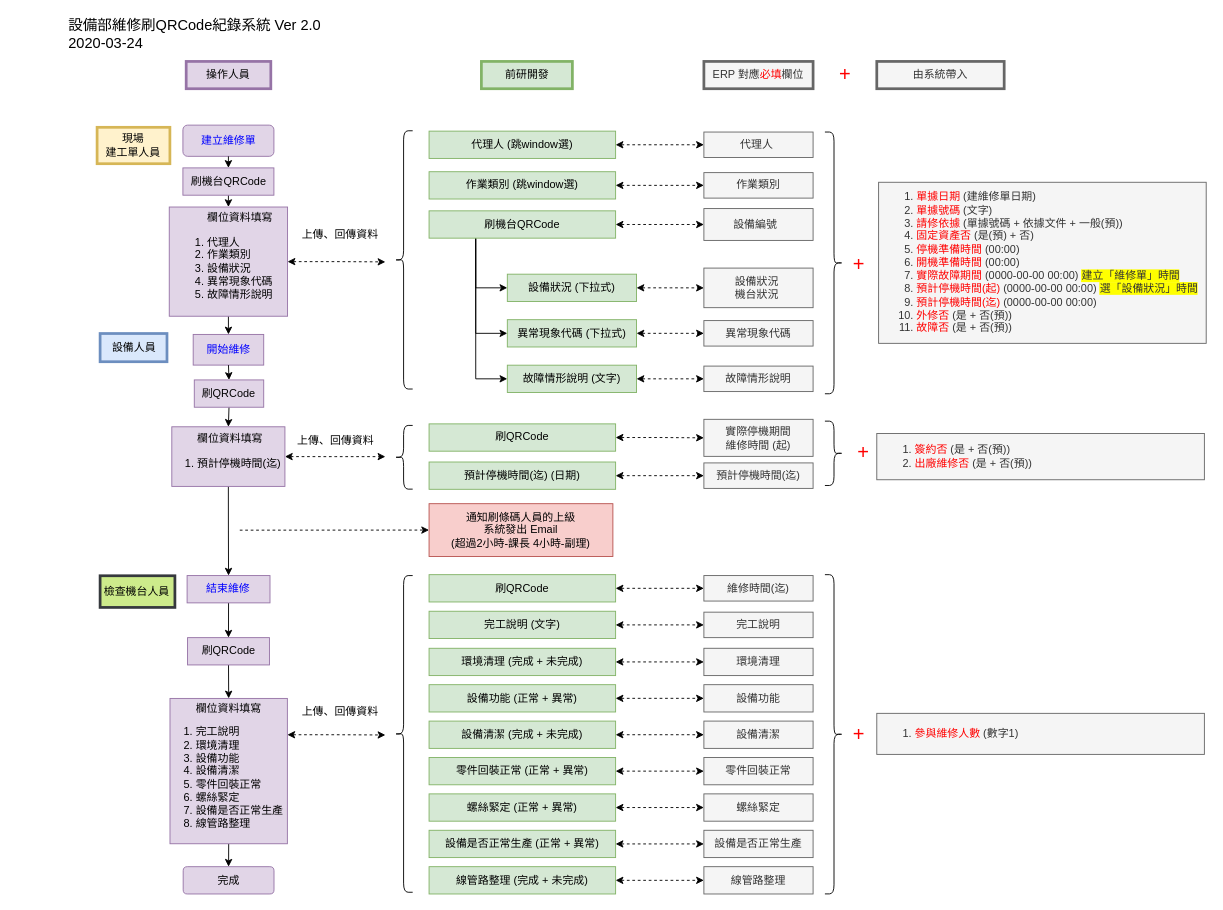
Earlier version of the draw.io diagram 0325.drawio (tinalolo/drowio). Source tidied: cells renumbered, new cells numbered last; positions are measured from the earlier drawing's top-left corner, leaving out a move shared by most shapes. Both pictures are drawn from the tidied source at 91%, with x=0, y=0 at pixel (66, 15).
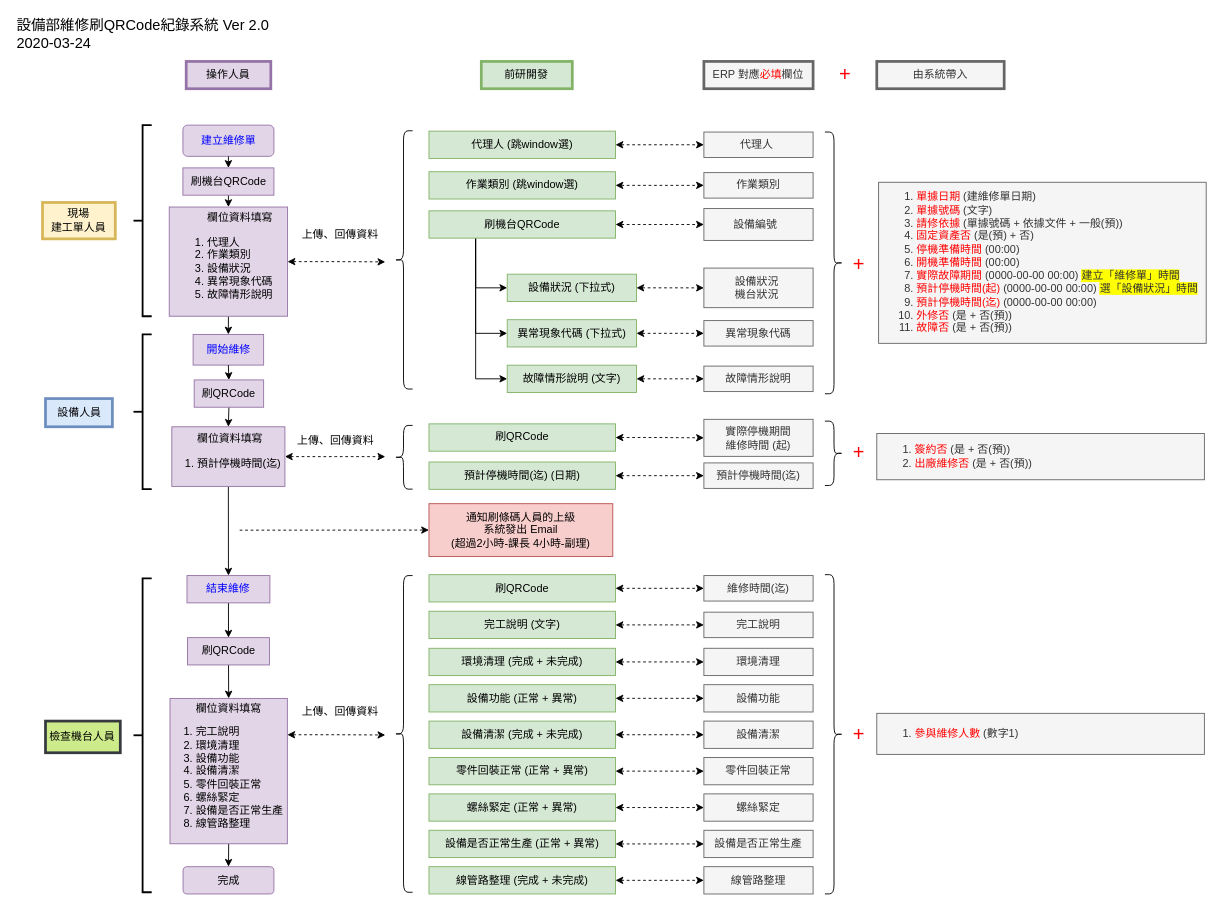
Above is the later version.

Unchanged cells that the change refers to:
```xml
<mxCell id="37" value="&lt;blockquote style=&quot;margin: 0 0 0 40px ; border: none ; padding: 0px&quot;&gt;&lt;div style=&quot;text-align: left&quot;&gt;&lt;span style=&quot;white-space: nowrap&quot;&gt;欄位資料填寫&lt;/span&gt;&lt;/div&gt;&lt;/blockquote&gt;&lt;div style=&quot;text-align: left&quot;&gt;&lt;ol&gt;&lt;li&gt;&lt;span style=&quot;white-space: nowrap&quot;&gt;預計停機時間(迄)&lt;/span&gt;&lt;/li&gt;&lt;/ol&gt;&lt;/div&gt;" style="rounded=0;whiteSpace=wrap;html=1;align=center;labelBorderColor=none;fillColor=#e1d5e7;strokeColor=#9673a6;spacingLeft=-15;" parent="1" vertex="1">
  <mxGeometry x="115.3" y="451.5" width="124.3" height="65.5" as="geometry" />
</mxCell>
<mxCell id="40" value="&lt;blockquote style=&quot;margin: 0 0 0 40px ; border: none ; padding: 0px&quot;&gt;&lt;div style=&quot;text-align: left&quot;&gt;&lt;span style=&quot;white-space: nowrap&quot;&gt;欄位資料填寫&lt;/span&gt;&lt;/div&gt;&lt;/blockquote&gt;&lt;div style=&quot;text-align: left&quot;&gt;&lt;ol&gt;&lt;li&gt;&lt;span style=&quot;white-space: nowrap&quot;&gt;代理人&lt;/span&gt;&lt;/li&gt;&lt;li&gt;&lt;span style=&quot;white-space: nowrap&quot;&gt;作業類別&lt;/span&gt;&lt;/li&gt;&lt;li&gt;&lt;span style=&quot;white-space: nowrap&quot;&gt;設備狀況&lt;/span&gt;&lt;/li&gt;&lt;li&gt;&lt;span style=&quot;white-space: nowrap&quot;&gt;異常現象代碼&lt;/span&gt;&lt;/li&gt;&lt;li&gt;&lt;span style=&quot;white-space: nowrap&quot;&gt;故障情形說明&lt;/span&gt;&lt;/li&gt;&lt;/ol&gt;&lt;/div&gt;" style="rounded=0;whiteSpace=wrap;html=1;align=center;labelBorderColor=none;fillColor=#e1d5e7;strokeColor=#9673a6;spacingLeft=-15;" parent="1" vertex="1">
  <mxGeometry x="112.5" y="210" width="130" height="120" as="geometry" />
</mxCell>
<mxCell id="46" value="&lt;blockquote style=&quot;margin: 0 0 0 40px ; border: none ; padding: 0px&quot;&gt;&lt;div style=&quot;text-align: left&quot;&gt;&lt;span style=&quot;white-space: nowrap&quot;&gt;欄位資料填寫&lt;/span&gt;&lt;/div&gt;&lt;/blockquote&gt;&lt;div style=&quot;text-align: left&quot;&gt;&lt;ol&gt;&lt;li&gt;&lt;span style=&quot;text-align: center&quot;&gt;完工說明&lt;/span&gt;&lt;/li&gt;&lt;li&gt;&lt;span style=&quot;text-align: center&quot;&gt;環境清理&lt;br&gt;&lt;/span&gt;&lt;/li&gt;&lt;li&gt;&lt;span style=&quot;text-align: center&quot;&gt;設備功能&lt;br&gt;&lt;/span&gt;&lt;/li&gt;&lt;li&gt;&lt;span style=&quot;text-align: center&quot;&gt;設備清潔&lt;br&gt;&lt;/span&gt;&lt;/li&gt;&lt;li&gt;&lt;span style=&quot;text-align: center&quot;&gt;零件回裝正常&lt;br&gt;&lt;/span&gt;&lt;/li&gt;&lt;li&gt;&lt;span style=&quot;text-align: center&quot;&gt;螺絲緊定&lt;br&gt;&lt;/span&gt;&lt;/li&gt;&lt;li&gt;&lt;span style=&quot;text-align: center&quot;&gt;設備是否正常生產&lt;br&gt;&lt;/span&gt;&lt;/li&gt;&lt;li&gt;&lt;span style=&quot;text-align: center&quot;&gt;線管路整理&lt;br&gt;&lt;/span&gt;&lt;/li&gt;&lt;/ol&gt;&lt;/div&gt;" style="rounded=0;whiteSpace=wrap;html=1;align=center;labelBorderColor=none;fillColor=#e1d5e7;strokeColor=#9673a6;spacingLeft=-15;" parent="1" vertex="1">
  <mxGeometry x="113.3" y="750" width="129" height="159.7" as="geometry" />
</mxCell>
```

What changed in the source:
```diff
@@
     <mxCell id="2" value="前研開發" style="text;html=1;strokeColor=#82b366;fillColor=#d5e8d4;align=center;verticalAlign=middle;whiteSpace=wrap;rounded=0;strokeWidth=3;" parent="1" vertex="1">
-      <mxGeometry x="455.5" y="50" width="100" height="30" as="geometry" />
+      <mxGeometry x="455.4" y="50" width="100" height="30" as="geometry" />
     </mxCell>
     <mxCell id="3" value="&lt;span lang=&quot;EN-US&quot; style=&quot;font-size: 16px&quot;&gt;設備部維修刷QRC&lt;span class=&quot;926482506-07022020&quot; style=&quot;font-size: 16px&quot;&gt;ode紀錄系統&amp;nbsp;&lt;/span&gt;&lt;/span&gt;Ver 2.0&lt;br style=&quot;font-size: 16px&quot;&gt;2020-03-24" style="text;html=1;align=left;verticalAlign=middle;fontSize=16;" parent="1" vertex="1">
-      <mxGeometry width="290" height="40" as="geometry" />
+      <mxGeometry x="-56.8" width="290" height="40" as="geometry" />
     </mxCell>
     <mxCell id="4" value="&lt;span style=&quot;text-align: left ; white-space: nowrap&quot;&gt;通知刷條碼人員的上級&lt;/span&gt;&lt;span style=&quot;text-align: left ; white-space: nowrap&quot;&gt;&lt;br&gt;系統發出 Email&lt;br&gt;&lt;/span&gt;&lt;span style=&quot;text-align: left ; white-space: nowrap&quot;&gt;(超過2小時-課長 4小時-副理)&lt;/span&gt;&lt;span style=&quot;text-align: left ; white-space: nowrap&quot;&gt;&lt;br&gt;&lt;/span&gt;" style="rounded=0;whiteSpace=wrap;html=1;fillColor=#f8cecc;strokeColor=#b85450;" parent="1" vertex="1">
-      <mxGeometry x="398" y="536" width="202" height="58" as="geometry" />
+      <mxGeometry x="397.9" y="536" width="202" height="58" as="geometry" />
     </mxCell>
@@
     <mxCell id="6" value="上傳、回傳資料" style="text;html=1;align=center;verticalAlign=middle;fontColor=#000000;" parent="1" vertex="1">
-      <mxGeometry x="250" y="231" width="100" height="20" as="geometry" />
+      <mxGeometry x="249.9" y="231" width="100" height="20" as="geometry" />
     </mxCell>
     <mxCell id="7" value="現場&lt;br&gt;建工單人員" style="text;html=1;strokeColor=#d6b656;fillColor=#fff2cc;align=center;verticalAlign=middle;whiteSpace=wrap;rounded=0;strokeWidth=3;" parent="1" vertex="1">
-      <mxGeometry x="33.2" y="122.4" width="80" height="40" as="geometry" />
+      <mxGeometry x="-26.8" y="205" width="80" height="40" as="geometry" />
     </mxCell>
     <mxCell id="8" value="設備人員" style="text;html=1;strokeColor=#6c8ebf;fillColor=#dae8fc;align=center;verticalAlign=middle;whiteSpace=wrap;rounded=0;strokeWidth=3;" parent="1" vertex="1">
-      <mxGeometry x="36.5" y="349" width="73.5" height="31" as="geometry" />
+      <mxGeometry x="-23.5" y="420.5" width="73.5" height="31" as="geometry" />
     </mxCell>
@@
     <mxCell id="12" value="&lt;font color=&quot;#0000ff&quot;&gt;開始維修&lt;/font&gt;" style="rounded=0;whiteSpace=wrap;html=1;strokeColor=#9673a6;strokeWidth=1;align=center;fillColor=#e1d5e7;" parent="1" vertex="1">
-      <mxGeometry x="138.8" y="350" width="77.5" height="33.7" as="geometry" />
+      <mxGeometry x="138.7" y="350" width="77.5" height="33.7" as="geometry" />
     </mxCell>
     <mxCell id="13" value="上傳、回傳資料" style="text;html=1;align=center;verticalAlign=middle;fontColor=#000000;" parent="1" vertex="1">
-      <mxGeometry x="250" y="754.9" width="100" height="20" as="geometry" />
+      <mxGeometry x="249.9" y="754.9" width="100" height="20" as="geometry" />
     </mxCell>
@@
     <mxCell id="16" value="&lt;font color=&quot;#0000ff&quot;&gt;結束維修&lt;/font&gt;" style="rounded=0;whiteSpace=wrap;html=1;strokeColor=#9673a6;strokeWidth=1;align=center;fillColor=#e1d5e7;" parent="1" vertex="1">
-      <mxGeometry x="132.1" y="615" width="91.1" height="30" as="geometry" />
+      <mxGeometry x="132" y="615" width="91.1" height="30" as="geometry" />
     </mxCell>
     <mxCell id="17" value="檢查機台人員" style="text;html=1;strokeColor=#36393d;fillColor=#cdeb8b;align=center;verticalAlign=middle;whiteSpace=wrap;rounded=0;strokeWidth=3;" parent="1" vertex="1">
-      <mxGeometry x="36.5" y="615.2" width="82.2" height="34.8" as="geometry" />
+      <mxGeometry x="-23.5" y="774.9" width="82.2" height="34.8" as="geometry" />
     </mxCell>
     <mxCell id="18" value="完成" style="rounded=1;whiteSpace=wrap;html=1;align=center;labelBorderColor=none;fillColor=#e1d5e7;strokeColor=#9673a6;" parent="1" vertex="1">
-      <mxGeometry x="127.8" y="934.9" width="99.8" height="30" as="geometry" />
+      <mxGeometry x="127.7" y="934.9" width="99.8" height="30" as="geometry" />
     </mxCell>
@@
     <mxCell id="20" value="&lt;div&gt;&lt;span&gt;代理人 (跳window選)&lt;/span&gt;&lt;/div&gt;" style="text;html=1;strokeColor=#82b366;fillColor=#d5e8d4;align=center;verticalAlign=middle;whiteSpace=wrap;rounded=0;strokeWidth=1;labelPosition=center;verticalLabelPosition=middle;spacingLeft=0;" parent="1" vertex="1">
-      <mxGeometry x="398" y="126.6" width="205" height="30" as="geometry" />
+      <mxGeometry x="397.9" y="126.6" width="205" height="30" as="geometry" />
     </mxCell>
@@
     <mxCell id="22" value="&lt;span style=&quot;text-align: left&quot;&gt;作業類別 (跳window選)&lt;/span&gt;" style="text;html=1;strokeColor=#82b366;fillColor=#d5e8d4;align=center;verticalAlign=middle;whiteSpace=wrap;rounded=0;strokeWidth=1;labelPosition=center;verticalLabelPosition=middle;spacingLeft=0;" parent="1" vertex="1">
-      <mxGeometry x="398" y="171.2" width="205" height="30" as="geometry" />
+      <mxGeometry x="397.9" y="171.2" width="205" height="30" as="geometry" />
     </mxCell>
@@
     <mxCell id="27" value="&lt;span style=&quot;text-align: left ; white-space: nowrap&quot;&gt;刷機台QRCode&lt;/span&gt;" style="text;html=1;strokeColor=#82b366;fillColor=#d5e8d4;align=center;verticalAlign=middle;whiteSpace=wrap;rounded=0;strokeWidth=1;labelPosition=center;verticalLabelPosition=middle;spacingLeft=0;" parent="1" vertex="1">
-      <mxGeometry x="398" y="214.2" width="205" height="30" as="geometry" />
+      <mxGeometry x="397.9" y="214.2" width="205" height="30" as="geometry" />
     </mxCell>
@@
     <mxCell id="29" value="&lt;div style=&quot;text-align: left&quot;&gt;&lt;span&gt;設備狀況 (下拉式)&lt;/span&gt;&lt;/div&gt;" style="text;html=1;strokeColor=#82b366;fillColor=#d5e8d4;align=center;verticalAlign=middle;whiteSpace=wrap;rounded=0;strokeWidth=1;labelPosition=center;verticalLabelPosition=middle;spacingLeft=0;" parent="1" vertex="1">
-      <mxGeometry x="484" y="283.8" width="142" height="30" as="geometry" />
+      <mxGeometry x="483.9" y="283.8" width="142" height="30" as="geometry" />
     </mxCell>
@@
     <mxCell id="32" value="&lt;div style=&quot;text-align: left&quot;&gt;&lt;/div&gt;&lt;span style=&quot;text-align: left&quot;&gt;異常現象代碼 (下拉式)&lt;/span&gt;" style="text;html=1;strokeColor=#82b366;fillColor=#d5e8d4;align=center;verticalAlign=middle;whiteSpace=wrap;rounded=0;strokeWidth=1;labelPosition=center;verticalLabelPosition=middle;spacingLeft=0;" parent="1" vertex="1">
-      <mxGeometry x="484" y="333.8" width="142" height="30" as="geometry" />
+      <mxGeometry x="483.9" y="333.8" width="142" height="30" as="geometry" />
     </mxCell>
@@
     <mxCell id="34" value="&lt;div style=&quot;text-align: left&quot;&gt;故障情形說明 (文字)&lt;br&gt;&lt;/div&gt;" style="text;html=1;strokeColor=#82b366;fillColor=#d5e8d4;align=center;verticalAlign=middle;whiteSpace=wrap;rounded=0;strokeWidth=1;labelPosition=center;verticalLabelPosition=middle;spacingLeft=0;" parent="1" vertex="1">
-      <mxGeometry x="484" y="383.8" width="142" height="30" as="geometry" />
+      <mxGeometry x="483.9" y="383.8" width="142" height="30" as="geometry" />
     </mxCell>
@@
     <mxCell id="36" style="edgeStyle=orthogonalEdgeStyle;rounded=0;jettySize=auto;html=1;exitX=1;exitY=0.5;exitDx=0;exitDy=0;dashed=1;startArrow=classic;startFill=1;endArrow=classic;endFill=1;fontSize=12;fontColor=#FF0000;" parent="1" edge="1" source="37">
       <mxGeometry relative="1" as="geometry">
-        <mxPoint x="350" y="484.3" as="targetPoint" />
+        <mxPoint x="349.9" y="484.3" as="targetPoint" />
       </mxGeometry>
     </mxCell>
@@
     <mxCell id="39" style="edgeStyle=orthogonalEdgeStyle;rounded=0;jettySize=auto;html=1;exitX=1;exitY=0.5;exitDx=0;exitDy=0;dashed=1;startArrow=classic;startFill=1;endArrow=classic;endFill=1;fontSize=12;fontColor=#FF0000;" parent="1" edge="1" source="40">
       <mxGeometry relative="1" as="geometry">
-        <mxPoint x="350" y="270.3" as="targetPoint" />
+        <mxPoint x="349.9" y="270.3" as="targetPoint" />
       </mxGeometry>
     </mxCell>
@@
     <mxCell id="42" value="刷QRCode" style="text;html=1;strokeColor=#82b366;fillColor=#d5e8d4;align=center;verticalAlign=middle;whiteSpace=wrap;rounded=0;strokeWidth=1;labelPosition=center;verticalLabelPosition=middle;spacingLeft=0;" parent="1" vertex="1">
-      <mxGeometry x="398" y="448.3" width="205" height="30" as="geometry" />
+      <mxGeometry x="397.9" y="448.3" width="205" height="30" as="geometry" />
     </mxCell>
@@
     <mxCell id="44" value="預計停機時間(迄) (日期)" style="text;html=1;strokeColor=#82b366;fillColor=#d5e8d4;align=center;verticalAlign=middle;whiteSpace=wrap;rounded=0;strokeWidth=1;labelPosition=center;verticalLabelPosition=middle;spacingLeft=0;" parent="1" vertex="1">
-      <mxGeometry x="398" y="490.2" width="205" height="30" as="geometry" />
+      <mxGeometry x="397.9" y="490.2" width="205" height="30" as="geometry" />
     </mxCell>
     <mxCell id="45" style="edgeStyle=orthogonalEdgeStyle;rounded=0;jettySize=auto;html=1;exitX=1;exitY=0.25;exitDx=0;exitDy=0;dashed=1;startArrow=classic;startFill=1;endArrow=classic;endFill=1;fontSize=12;fontColor=#FF0000;" parent="1" edge="1" source="46">
       <mxGeometry relative="1" as="geometry">
-        <mxPoint x="350" y="790.2" as="targetPoint" />
+        <mxPoint x="349.9" y="790.2" as="targetPoint" />
       </mxGeometry>
     </mxCell>
@@
     <mxCell id="48" value="刷QRCode" style="text;html=1;strokeColor=#82b366;fillColor=#d5e8d4;align=center;verticalAlign=middle;whiteSpace=wrap;rounded=0;strokeWidth=1;labelPosition=center;verticalLabelPosition=middle;spacingLeft=0;" parent="1" vertex="1">
-      <mxGeometry x="398" y="614" width="205" height="30" as="geometry" />
+      <mxGeometry x="397.9" y="614" width="205" height="30" as="geometry" />
     </mxCell>
@@
     <mxCell id="50" value="完工說明 (文字)" style="text;html=1;strokeColor=#82b366;fillColor=#d5e8d4;align=center;verticalAlign=middle;whiteSpace=wrap;rounded=0;strokeWidth=1;labelPosition=center;verticalLabelPosition=middle;spacingLeft=0;" parent="1" vertex="1">
-      <mxGeometry x="398" y="654.2" width="205" height="30" as="geometry" />
+      <mxGeometry x="397.9" y="654.2" width="205" height="30" as="geometry" />
     </mxCell>
     <mxCell id="51" style="endArrow=classic;html=1;fontSize=12;entryX=0;entryY=0.5;entryDx=0;entryDy=0;startArrow=none;startFill=0;endFill=1;dashed=1;" parent="1" edge="1" target="4">
       <mxGeometry relative="1" as="geometry">
-        <mxPoint x="190" y="565.1" as="sourcePoint" />
+        <mxPoint x="189.9" y="565.1" as="sourcePoint" />
       </mxGeometry>
     </mxCell>
@@
     <mxCell id="53" value="&lt;span style=&quot;text-align: left ; white-space: nowrap&quot;&gt;環境清理 (完成 + 未完成)&lt;/span&gt;" style="text;html=1;strokeColor=#82b366;fillColor=#d5e8d4;align=center;verticalAlign=middle;whiteSpace=wrap;rounded=0;strokeWidth=1;labelPosition=center;verticalLabelPosition=middle;spacingLeft=0;" parent="1" vertex="1">
-      <mxGeometry x="398" y="694.9" width="205" height="30" as="geometry" />
+      <mxGeometry x="397.9" y="694.9" width="205" height="30" as="geometry" />
     </mxCell>
@@
     <mxCell id="55" value="&lt;span style=&quot;text-align: left ; white-space: nowrap&quot;&gt;設備功能&amp;nbsp;&lt;/span&gt;&lt;span style=&quot;text-align: left ; white-space: nowrap&quot;&gt;(正常 + 異常)&lt;/span&gt;" style="text;html=1;strokeColor=#82b366;fillColor=#d5e8d4;align=center;verticalAlign=middle;whiteSpace=wrap;rounded=0;strokeWidth=1;labelPosition=center;verticalLabelPosition=middle;spacingLeft=0;" parent="1" vertex="1">
-      <mxGeometry x="398" y="734.9" width="205" height="30" as="geometry" />
+      <mxGeometry x="397.9" y="734.9" width="205" height="30" as="geometry" />
     </mxCell>
@@
     <mxCell id="57" value="&lt;span style=&quot;text-align: left ; white-space: nowrap&quot;&gt;設備清潔 (&lt;/span&gt;&lt;span style=&quot;text-align: left ; white-space: nowrap&quot;&gt;完成 + 未完成)&lt;/span&gt;" style="text;html=1;strokeColor=#82b366;fillColor=#d5e8d4;align=center;verticalAlign=middle;whiteSpace=wrap;rounded=0;strokeWidth=1;labelPosition=center;verticalLabelPosition=middle;spacingLeft=0;" parent="1" vertex="1">
-      <mxGeometry x="398" y="774.9" width="205" height="30" as="geometry" />
+      <mxGeometry x="397.9" y="774.9" width="205" height="30" as="geometry" />
     </mxCell>
@@
     <mxCell id="59" value="&lt;span style=&quot;text-align: left ; white-space: nowrap&quot;&gt;零件回裝正常 (&lt;/span&gt;&lt;span style=&quot;text-align: left ; white-space: nowrap&quot;&gt;正常 + 異常)&lt;/span&gt;" style="text;html=1;strokeColor=#82b366;fillColor=#d5e8d4;align=center;verticalAlign=middle;whiteSpace=wrap;rounded=0;strokeWidth=1;labelPosition=center;verticalLabelPosition=middle;spacingLeft=0;" parent="1" vertex="1">
-      <mxGeometry x="398" y="814.9" width="205" height="30" as="geometry" />
+      <mxGeometry x="397.9" y="814.9" width="205" height="30" as="geometry" />
     </mxCell>
@@
     <mxCell id="61" value="&lt;span style=&quot;text-align: left ; white-space: nowrap&quot;&gt;螺絲緊定&lt;/span&gt;&lt;span style=&quot;text-align: left ; white-space: nowrap&quot;&gt;&amp;nbsp;(&lt;/span&gt;&lt;span style=&quot;text-align: left ; white-space: nowrap&quot;&gt;正常 + 異常)&lt;/span&gt;" style="text;html=1;strokeColor=#82b366;fillColor=#d5e8d4;align=center;verticalAlign=middle;whiteSpace=wrap;rounded=0;strokeWidth=1;labelPosition=center;verticalLabelPosition=middle;spacingLeft=0;" parent="1" vertex="1">
-      <mxGeometry x="398" y="854.9" width="205" height="30" as="geometry" />
+      <mxGeometry x="397.9" y="854.9" width="205" height="30" as="geometry" />
     </mxCell>
@@
     <mxCell id="63" value="&lt;span style=&quot;text-align: left ; white-space: nowrap&quot;&gt;設備是否正常生產&lt;/span&gt;&lt;span style=&quot;text-align: left ; white-space: nowrap&quot;&gt;&amp;nbsp;(&lt;/span&gt;&lt;span style=&quot;text-align: left ; white-space: nowrap&quot;&gt;正常 + 異常)&lt;/span&gt;" style="text;html=1;strokeColor=#82b366;fillColor=#d5e8d4;align=center;verticalAlign=middle;whiteSpace=wrap;rounded=0;strokeWidth=1;labelPosition=center;verticalLabelPosition=middle;spacingLeft=0;" parent="1" vertex="1">
-      <mxGeometry x="398" y="894.9" width="205" height="30" as="geometry" />
+      <mxGeometry x="397.9" y="894.9" width="205" height="30" as="geometry" />
     </mxCell>
@@
     <mxCell id="65" value="&lt;span style=&quot;text-align: left ; white-space: nowrap&quot;&gt;線管路整理 (&lt;/span&gt;&lt;span style=&quot;text-align: left ; white-space: nowrap&quot;&gt;完成 + 未完成)&lt;/span&gt;" style="text;html=1;strokeColor=#82b366;fillColor=#d5e8d4;align=center;verticalAlign=middle;whiteSpace=wrap;rounded=0;strokeWidth=1;labelPosition=center;verticalLabelPosition=middle;spacingLeft=0;" parent="1" vertex="1">
-      <mxGeometry x="398" y="934.9" width="205" height="30" as="geometry" />
+      <mxGeometry x="397.9" y="934.9" width="205" height="30" as="geometry" />
     </mxCell>
     <mxCell id="66" style="shape=curlyBracket;whiteSpace=wrap;html=1;rounded=1;fontSize=12;fontColor=#FF0000;align=center;" parent="1" vertex="1">
-      <mxGeometry x="360" y="615" width="20" height="348" as="geometry" />
+      <mxGeometry x="359.9" y="615" width="20" height="348" as="geometry" />
     </mxCell>
@@
     <mxCell id="85" style="shape=curlyBracket;whiteSpace=wrap;html=1;rounded=1;fontSize=12;fontColor=#FF0000;align=center;" parent="1" vertex="1">
-      <mxGeometry x="360" y="450" width="20" height="70" as="geometry" />
+      <mxGeometry x="359.9" y="450" width="20" height="70" as="geometry" />
     </mxCell>
     <mxCell id="86" style="shape=curlyBracket;whiteSpace=wrap;html=1;rounded=1;fontSize=12;fontColor=#FF0000;align=center;" parent="1" vertex="1">
-      <mxGeometry x="360" y="126.2" width="20" height="283.8" as="geometry" />
+      <mxGeometry x="359.9" y="126.2" width="20" height="283.8" as="geometry" />
     </mxCell>
     <mxCell id="87" value="上傳、回傳資料" style="text;html=1;align=center;verticalAlign=middle;fontColor=#000000;" parent="1" vertex="1">
-      <mxGeometry x="245" y="456.5" width="100" height="20" as="geometry" />
+      <mxGeometry x="244.9" y="456.5" width="100" height="20" as="geometry" />
     </mxCell>
@@
     <mxCell id="92" value="&lt;div&gt;&lt;span&gt;刷QRCode&lt;/span&gt;&lt;/div&gt;" style="rounded=0;whiteSpace=wrap;html=1;align=center;labelBorderColor=none;fillColor=#e1d5e7;strokeColor=#9673a6;spacingLeft=0;" parent="1" vertex="1">
-      <mxGeometry x="140" y="400" width="76.3" height="30" as="geometry" />
+      <mxGeometry x="139.9" y="400" width="76.3" height="30" as="geometry" />
     </mxCell>
@@
     <mxCell id="101" value="&lt;font style=&quot;font-size: 22px&quot;&gt;+&lt;/font&gt;" style="text;html=1;align=center;verticalAlign=middle;fontSize=12;fontColor=#FF0000;" parent="1" vertex="1">
-      <mxGeometry x="860" y="470.2" width="30" height="20" as="geometry" />
+      <mxGeometry x="855" y="470.2" width="30" height="20" as="geometry" />
     </mxCell>
@@
+    <mxCell id="104" style="strokeWidth=2;html=1;shape=mxgraph.flowchart.annotation_2;align=left;labelPosition=right;" parent="1" vertex="1">
+      <mxGeometry x="73.2" y="120" width="20" height="210" as="geometry" />
+    </mxCell>
+    <mxCell id="105" style="strokeWidth=2;html=1;shape=mxgraph.flowchart.annotation_2;align=left;labelPosition=right;" parent="1" vertex="1">
+      <mxGeometry x="73.2" y="350" width="20" height="170" as="geometry" />
+    </mxCell>
+    <mxCell id="106" style="strokeWidth=2;html=1;shape=mxgraph.flowchart.annotation_2;align=left;labelPosition=right;" parent="1" vertex="1">
+      <mxGeometry x="73.2" y="618" width="20" height="345" as="geometry" />
+    </mxCell>
```
